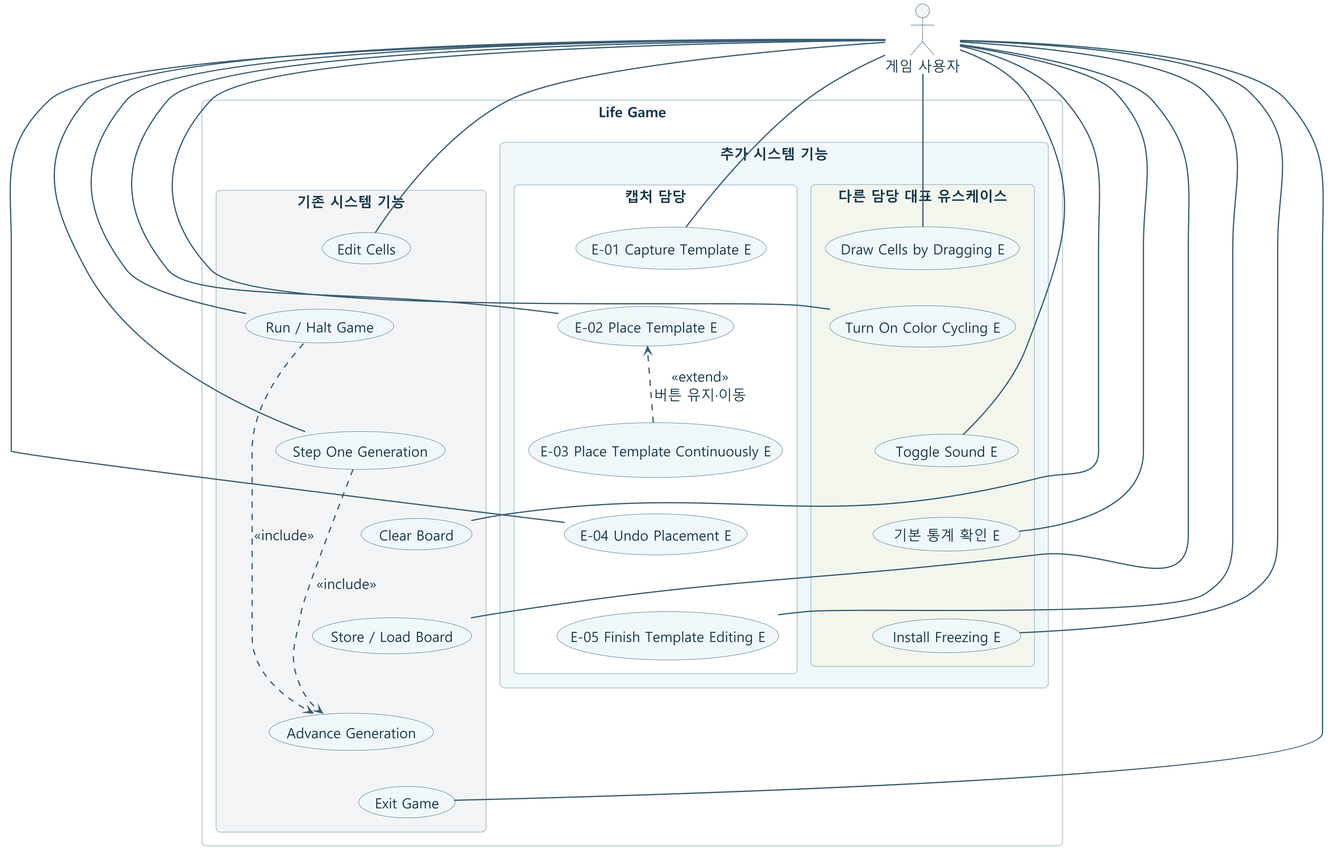
Above: docs/capture/diagrams/01-use-cases.png in mckimR1972/DP_team_project (PlantUML), before the change.
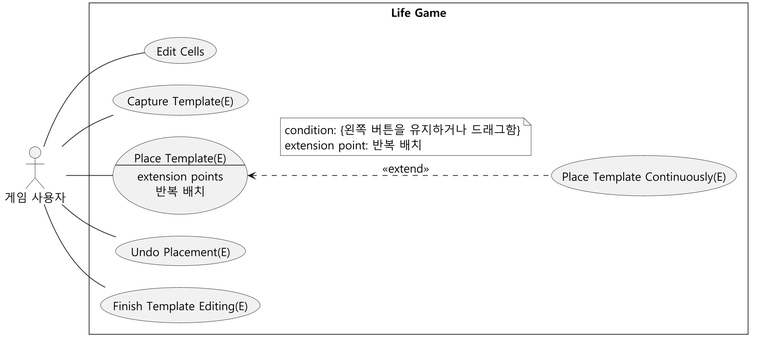
Above is the later version.

What changed in the source:
```diff
@@ -1,66 +1,28 @@
 @startuml
 !include theme.puml
-top to bottom direction
-skinparam nodesep 25
-skinparam ranksep 40
+left to right direction
+skinparam nodesep 30
+skinparam ranksep 45
 actor "게임 사용자" as User
 rectangle "Life Game" {
- rectangle "기존 시스템 기능" as Legacy #F3F4F6 {
-  usecase "Edit Cells" as Draw
-  usecase "Run / Halt Game" as Run
-  usecase "Step One Generation" as Tick
-  usecase "Clear Board" as Clear
-  usecase "Store / Load Board" as Store
-  usecase "Advance Generation" as Load
-  usecase "Exit Game" as Exit
- }
- rectangle "추가 시스템 기능" as Added #EFF7FA {
-  rectangle "캡처 담당" as CaptureGroup {
-   usecase "E-01 Capture Template E" as Capture
-   usecase "E-02 Place Template E" as Place
-   usecase "E-03 Place Template Continuously E" as Stroke
-   usecase "E-04 Undo Placement E" as Undo
-   usecase "E-05 Finish Template Editing E" as End
-   Stroke ..> Place : <<extend>>\n버튼 유지·이동
-  }
-  rectangle "다른 담당 대표 유스케이스" as OtherGroup #F2F6ED {
-   usecase "Draw Cells by Dragging E" as Brush
-   usecase "Turn On Color Cycling E" as Color
-   usecase "Toggle Sound E" as Sound
-   usecase "기본 통계 확인 E" as Stats
-   usecase "Install Freezing E" as Freeze
-  }
- }
+  usecase "Edit Cells" as Edit
+  usecase "Capture Template(E)" as Capture
+  usecase Place as "Place Template(E)
+--
+extension points
+반복 배치"
+  usecase "Place Template Continuously(E)" as Stroke
+  usecase "Undo Placement(E)" as Undo
+  usecase "Finish Template Editing(E)" as Finish
 }
-Draw -[hidden]down-> Run
-Run -[hidden]down-> Tick
-Tick -[hidden]down-> Clear
-Clear -[hidden]down-> Store
-Store -[hidden]down-> Load
-Load -[hidden]down-> Exit
-Capture -[hidden]down-> Place
-Place -[hidden]down-> Stroke
-Stroke -[hidden]down-> Undo
-Undo -[hidden]down-> End
-Brush -[hidden]down-> Color
-Color -[hidden]down-> Sound
-Sound -[hidden]down-> Stats
-Stats -[hidden]down-> Freeze
-User -- Draw
-User -- Run
-User -- Tick
-User -- Clear
-User -- Store
-Run ..> Load : <<include>>
-Tick ..> Load : <<include>>
-User -- Exit
+User -- Edit
 User -- Capture
 User -- Place
 User -- Undo
-User -- End
-User -- Brush
-User -- Color
-User -- Sound
-User -- Stats
-User -- Freeze
+User -- Finish
+Place <.. Stroke : <<extend>>
+note top on link
+  condition: {왼쪽 버튼을 유지하거나 드래그함}
+  extension point: 반복 배치
+end note
 @enduml
```
